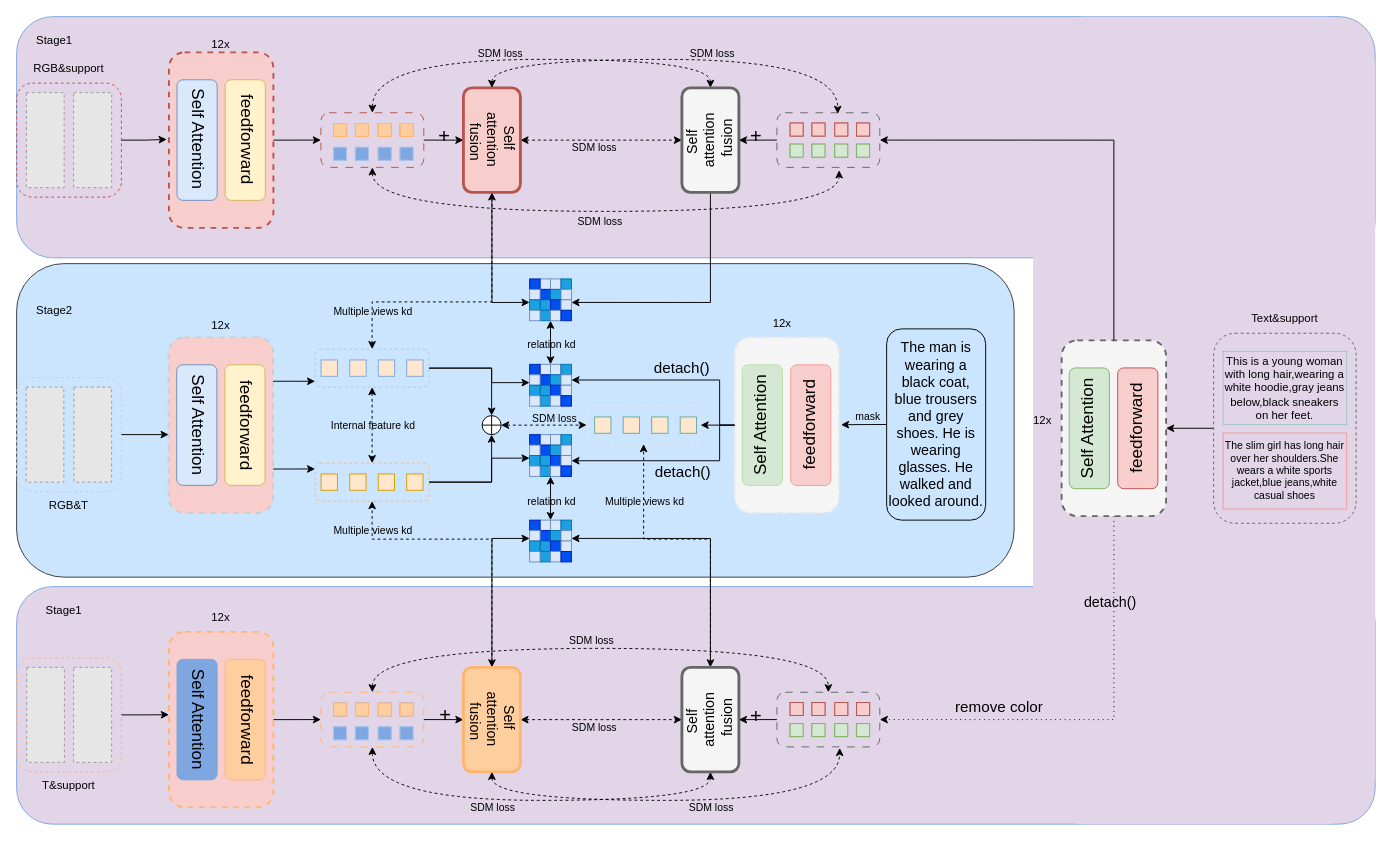
Above: 11.25mulkd.drawio in CZYdeGithub/drawio (draw.io), before the change. Source tidied: cells renumbered, new cells numbered last; positions are measured from the earlier drawing's top-left corner, leaving out a move shared by most shapes. Both pictures are drawn from the tidied source at 95%, with x=0, y=0 at pixel (16, 16). Pictures stored in the file or linked from it are replaced by grey dashed boxes.
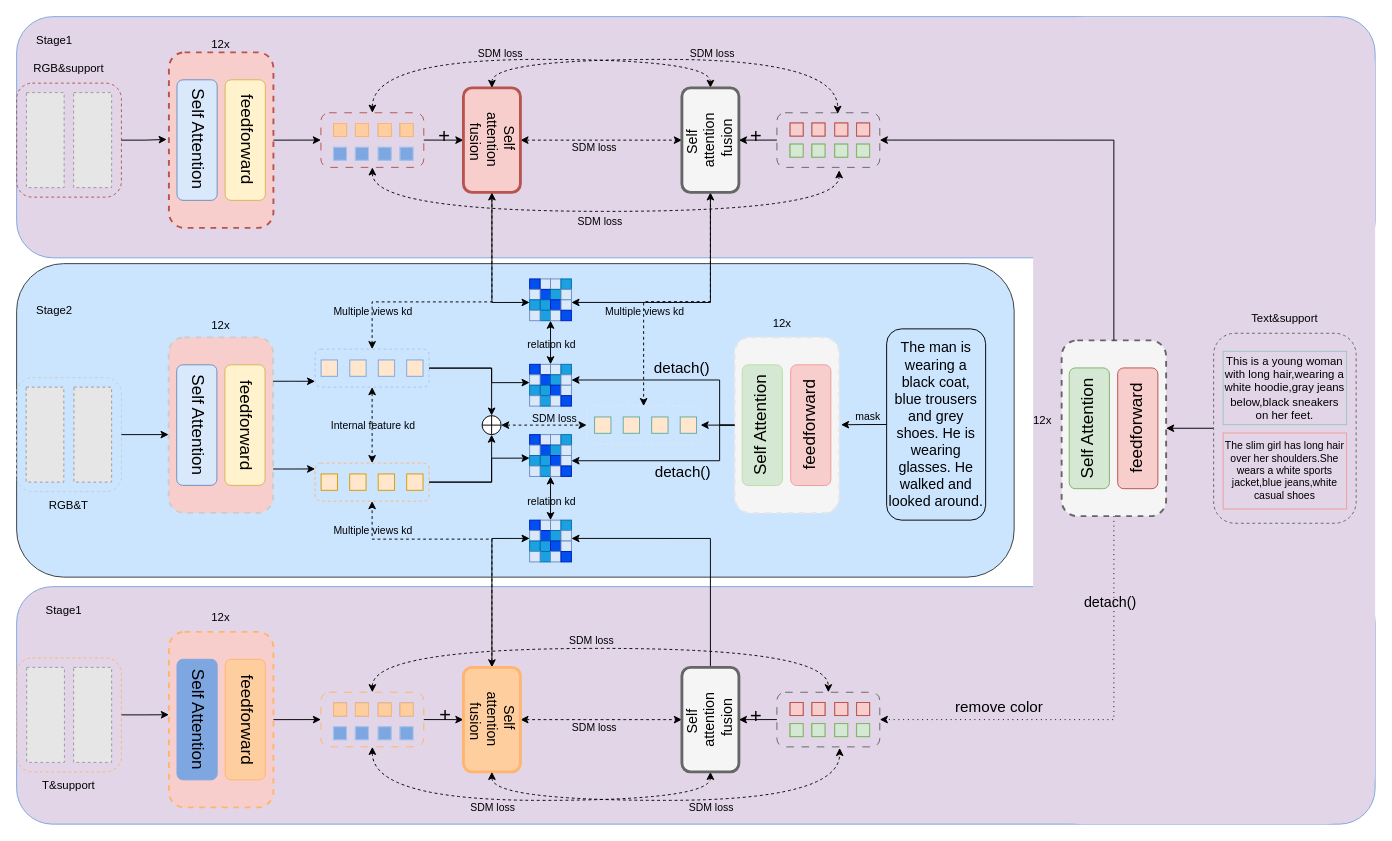
After the change.

The change refers to these unchanged cells:
```xml
<mxCell id="19" value="Self&amp;nbsp;&lt;div style=&quot;font-size: 15px;&quot;&gt;attention&lt;/div&gt;&lt;div style=&quot;font-size: 15px;&quot;&gt;&amp;nbsp;fusion&lt;/div&gt;" style="rounded=1;whiteSpace=wrap;html=1;direction=east;textDirection=vertical-rl;fontSize=15;strokeColor=#666666;flipV=1;flipH=1;rotation=-180;strokeWidth=3;fillColor=#f5f5f5;" parent="1" vertex="1">
  <mxGeometry x="700.3" y="75" width="60" height="110" as="geometry" />
</mxCell>
<mxCell id="81" style="rounded=1;whiteSpace=wrap;html=1;gradientColor=none;fillColor=none;strokeColor=#e6e6e6;dashed=1;" parent="76" vertex="1">
  <mxGeometry width="120" height="40" as="geometry" />
</mxCell>
<mxCell id="144" value="Self&amp;nbsp;&lt;div style=&quot;font-size: 15px;&quot;&gt;attention&lt;/div&gt;&lt;div style=&quot;font-size: 15px;&quot;&gt;&amp;nbsp;fusion&lt;/div&gt;" style="rounded=1;whiteSpace=wrap;html=1;direction=east;textDirection=vertical-rl;fontSize=15;strokeColor=#666666;flipV=1;flipH=1;rotation=-180;strokeWidth=3;fillColor=#f5f5f5;" parent="1" vertex="1">
  <mxGeometry x="700.3" y="685" width="60" height="110" as="geometry" />
</mxCell>
```

The edit, as a diff of the source:
```diff
@@
+    <mxCell id="279" style="edgeStyle=orthogonalEdgeStyle;rounded=0;jettySize=auto;html=1;exitX=0.5;exitY=0;exitDx=0;exitDy=0;dashed=1;startArrow=classic;startFill=1;" parent="1" edge="1" source="19" target="81">
+      <mxGeometry relative="1" as="geometry">
+        <Array as="points">
+          <mxPoint x="730" y="300" />
+          <mxPoint x="660" y="300" />
+        </Array>
+      </mxGeometry>
+    </mxCell>
@@
-    <mxCell id="120" value="Multiple views kd" style="edgeLabel;html=1;align=center;verticalAlign=middle;labelBackgroundColor=none;" parent="1" vertex="1">
-      <mxGeometry x="660" y="510" as="geometry" />
-    </mxCell>
@@
-    <mxCell id="142" style="edgeStyle=orthogonalEdgeStyle;rounded=0;jettySize=auto;html=1;exitX=0.5;exitY=1;exitDx=0;exitDy=0;entryX=0.5;entryY=1;entryDx=0;entryDy=0;dashed=1;startArrow=classic;startFill=1;" parent="1" edge="1" source="144" target="81">
-      <mxGeometry relative="1" as="geometry">
-        <Array as="points">
-          <mxPoint x="730" y="550" />
-          <mxPoint x="660" y="550" />
-        </Array>
-      </mxGeometry>
-    </mxCell>
@@
+    <mxCell id="120" value="Multiple views kd" style="edgeLabel;html=1;align=center;verticalAlign=middle;labelBackgroundColor=none;" parent="1" vertex="1">
+      <mxGeometry x="660" y="310" as="geometry" />
+    </mxCell>
```
